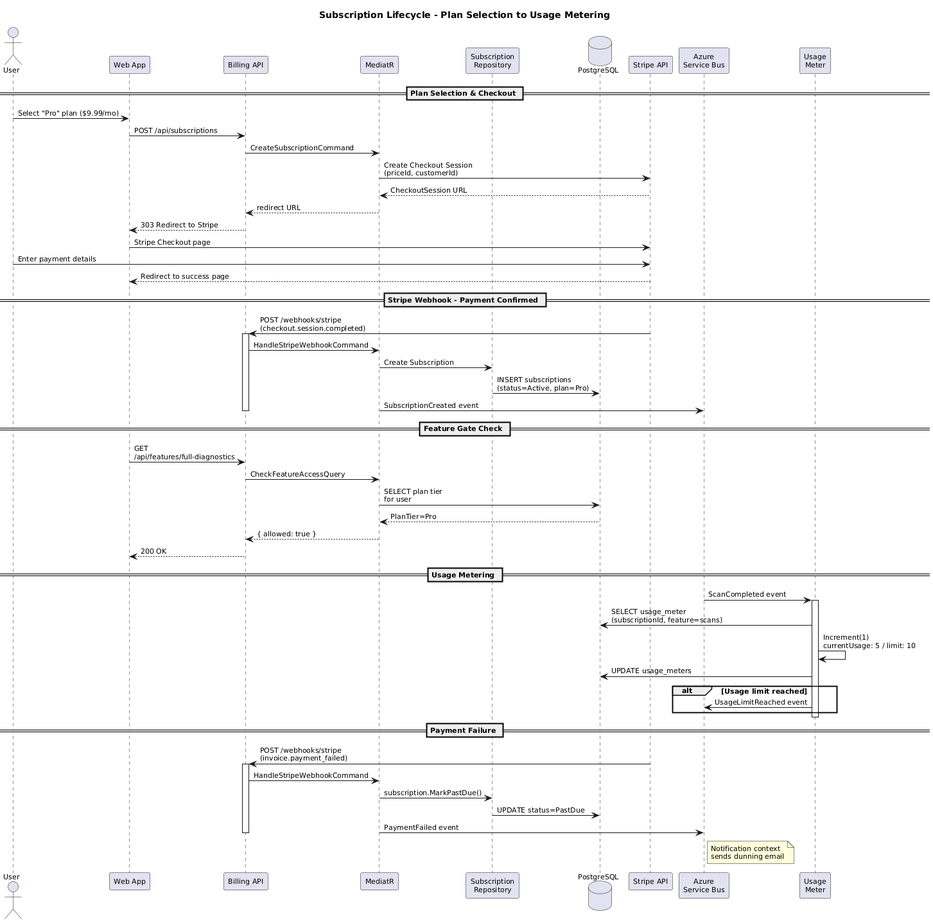
Before: docs/detailed-design/10-subscription-and-billing/seq-subscription-lifecycle.png, a diagram exported from PlantUML (QuinntyneBrown/ClearEyeQ). The source it was exported from:
```plantuml
@startuml
skinparam defaultFontSize 11
skinparam sequenceArrowThickness 1
skinparam maxMessageSize 180

title Subscription Lifecycle - Plan Selection to Usage Metering

actor "User" as user
participant "Web App" as app
participant "Billing API" as api
participant "MediatR" as mediatr
participant "Subscription\nRepository" as repo
database "PostgreSQL" as db
participant "Stripe API" as stripe
participant "Azure\nService Bus" as bus
participant "Usage\nMeter" as meter

== Plan Selection & Checkout ==

user -> app : Select "Pro" plan ($9.99/mo)
app -> api : POST /api/subscriptions
api -> mediatr : CreateSubscriptionCommand
mediatr -> stripe : Create Checkout Session\n(priceId, customerId)
stripe --> mediatr : CheckoutSession URL
mediatr --> api : redirect URL
api --> app : 303 Redirect to Stripe
app -> stripe : Stripe Checkout page
user -> stripe : Enter payment details
stripe --> app : Redirect to success page

== Stripe Webhook - Payment Confirmed ==

stripe -> api : POST /webhooks/stripe\n(checkout.session.completed)
activate api
api -> mediatr : HandleStripeWebhookCommand
mediatr -> repo : Create Subscription
repo -> db : INSERT subscriptions\n(status=Active, plan=Pro)
mediatr -> bus : SubscriptionCreated event
deactivate api

== Feature Gate Check ==

app -> api : GET /api/features/full-diagnostics
api -> mediatr : CheckFeatureAccessQuery
mediatr -> db : SELECT plan tier\nfor user
db --> mediatr : PlanTier=Pro
mediatr --> api : { allowed: true }
api --> app : 200 OK

== Usage Metering ==

bus -> meter : ScanCompleted event
activate meter
meter -> db : SELECT usage_meter\n(subscriptionId, feature=scans)
meter -> meter : Increment(1)\ncurrentUsage: 5 / limit: 10
meter -> db : UPDATE usage_meters
alt Usage limit reached
    meter -> bus : UsageLimitReached event
end
deactivate meter

== Payment Failure ==

stripe -> api : POST /webhooks/stripe\n(invoice.payment_failed)
activate api
api -> mediatr : HandleStripeWebhookCommand
mediatr -> repo : subscription.MarkPastDue()
repo -> db : UPDATE status=PastDue
mediatr -> bus : PaymentFailed event
note right of bus : Notification context\nsends dunning email
deactivate api
@enduml
```
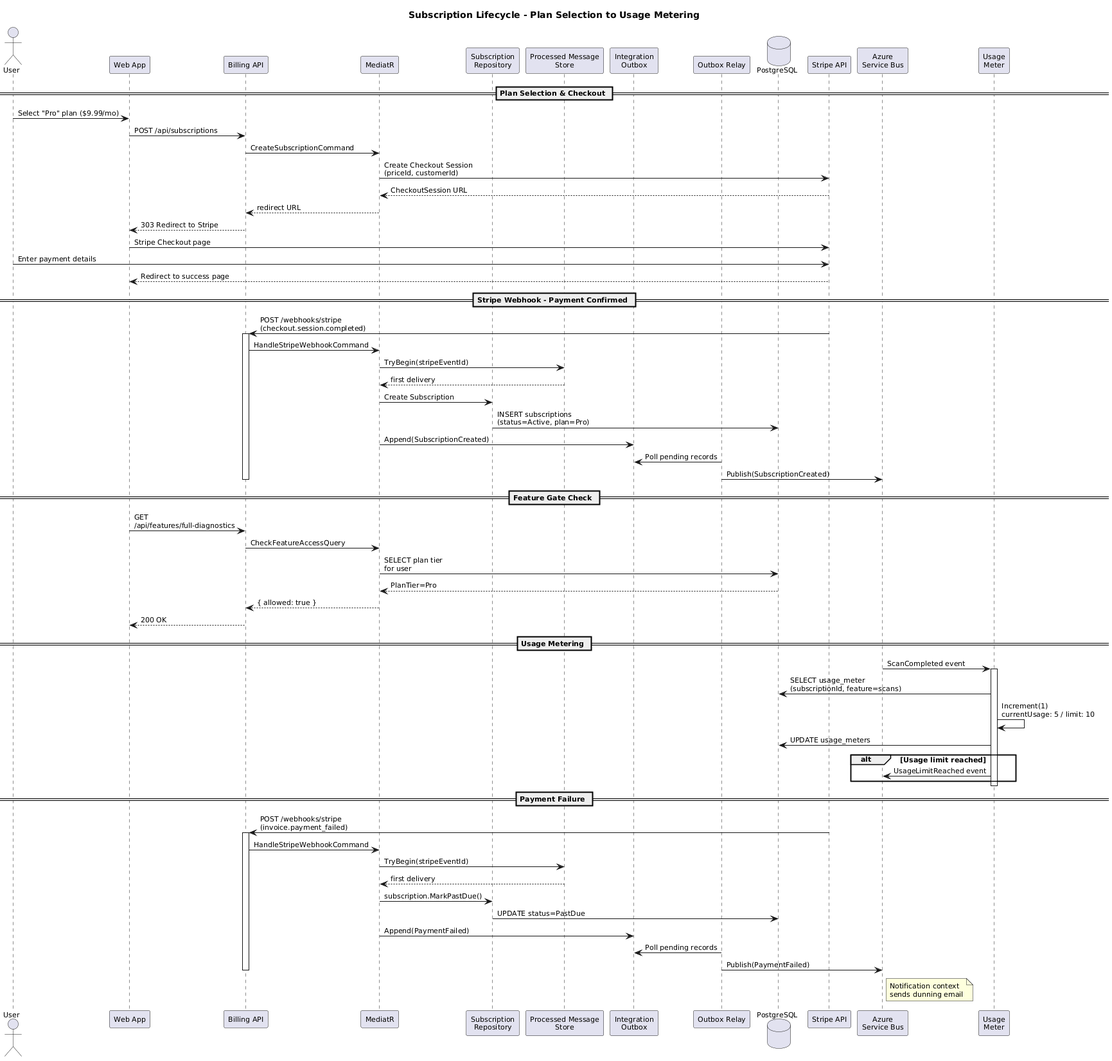
Later version of the same file.

Diff of the diagram source:
```diff
@@ -10,6 +10,9 @@
 participant "Billing API" as api
 participant "MediatR" as mediatr
 participant "Subscription\nRepository" as repo
+participant "Processed Message\nStore" as inbox
+participant "Integration\nOutbox" as outbox
+participant "Outbox Relay" as relay
 database "PostgreSQL" as db
 participant "Stripe API" as stripe
 participant "Azure\nService Bus" as bus
@@ -33,9 +36,13 @@
 stripe -> api : POST /webhooks/stripe\n(checkout.session.completed)
 activate api
 api -> mediatr : HandleStripeWebhookCommand
+mediatr -> inbox : TryBegin(stripeEventId)
+inbox --> mediatr : first delivery
 mediatr -> repo : Create Subscription
 repo -> db : INSERT subscriptions\n(status=Active, plan=Pro)
-mediatr -> bus : SubscriptionCreated event
+mediatr -> outbox : Append(SubscriptionCreated)
+relay -> outbox : Poll pending records
+relay -> bus : Publish(SubscriptionCreated)
 deactivate api
 
 == Feature Gate Check ==
@@ -64,9 +71,13 @@
 stripe -> api : POST /webhooks/stripe\n(invoice.payment_failed)
 activate api
 api -> mediatr : HandleStripeWebhookCommand
+mediatr -> inbox : TryBegin(stripeEventId)
+inbox --> mediatr : first delivery
 mediatr -> repo : subscription.MarkPastDue()
 repo -> db : UPDATE status=PastDue
-mediatr -> bus : PaymentFailed event
+mediatr -> outbox : Append(PaymentFailed)
+relay -> outbox : Poll pending records
+relay -> bus : Publish(PaymentFailed)
 note right of bus : Notification context\nsends dunning email
 deactivate api
 @enduml
```
